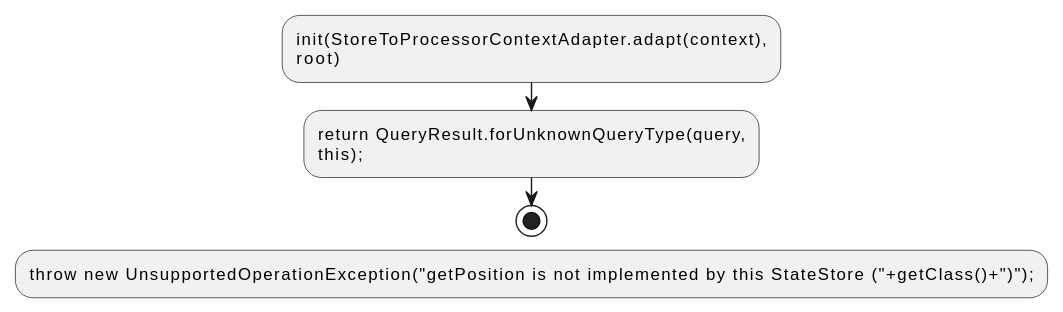
Before: docs/qc/streams/src/main/java/org/apache/kafka/streams/processor/StateStore.java.fct.svg, a diagram exported from PlantUML (qualitesys/kafka).
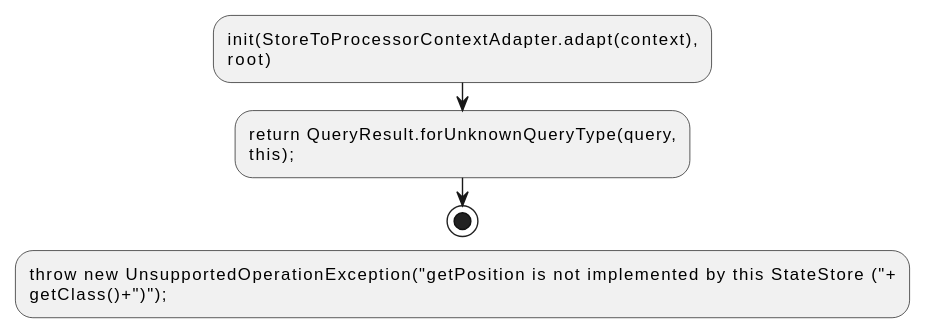
The same file after the commit.

The edit, as a diff of the source:
```diff
@@ -5,5 +5,6 @@
 :return QueryResult.forUnknownQueryType(query,
 this);;
 stop
-:throw new UnsupportedOperationException("getPosition is not implemented by this StateStore ("+getClass()+")");;
+:throw new UnsupportedOperationException("getPosition is not implemented by this StateStore ("+
+getClass()+")");;
 @enduml
```
